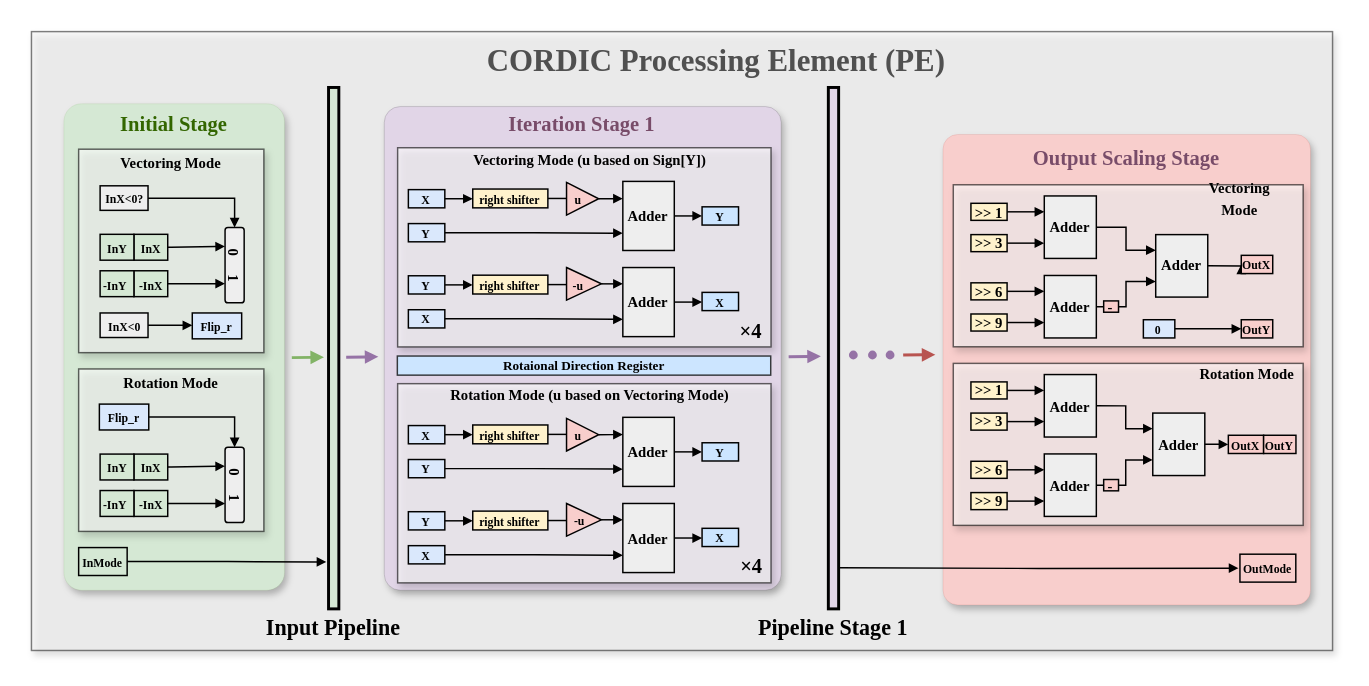
Earlier version of the draw.io diagram report/Figure/CORDIC_PE.drawio (akira2963753/Eigen-Value-Decomposition). Source tidied: cells renumbered, new cells numbered last; positions are measured from the earlier drawing's top-left corner, leaving out a move shared by most shapes. Both pictures are drawn from the tidied source at 147%, with x=0, y=0 at pixel (31, 31).
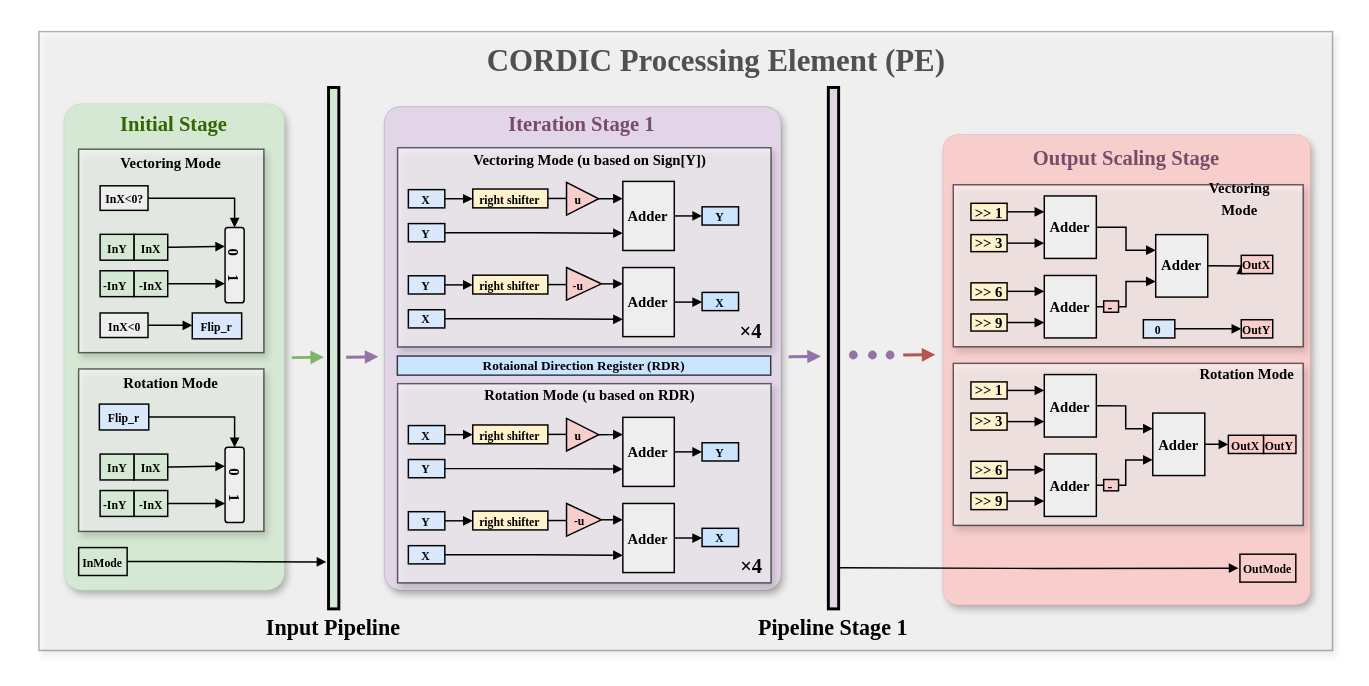
The same diagram, later.

The edit, as a diff of the source:
```diff
@@
-    <mxCell id="2" style="rounded=0;whiteSpace=wrap;html=1;fillColor=#f5f5f5;fontColor=#333333;strokeColor=default;opacity=50;glass=0;shadow=1;" parent="1" vertex="1">
-      <mxGeometry x="-0.1" width="885.1" height="421" as="geometry" />
+    <mxCell id="2" style="rounded=0;whiteSpace=wrap;html=1;fillColor=#f5f5f5;fontColor=#333333;strokeColor=default;opacity=30;glass=0;shadow=1;" parent="1" vertex="1">
+      <mxGeometry x="5" width="880" height="421" as="geometry" />
     </mxCell>
@@
-    <mxCell id="58" value="&lt;font style=&quot;font-size: 10px; color: rgb(0, 0, 0);&quot;&gt;Rotation Mode (u based on Vectoring Mode)&lt;/font&gt;" style="text;html=1;whiteSpace=wrap;strokeColor=none;fillColor=none;align=center;verticalAlign=middle;rounded=0;fontFamily=Garamond;fontStyle=1;" parent="1" vertex="1">
+    <mxCell id="58" value="&lt;font style=&quot;font-size: 10px; color: rgb(0, 0, 0);&quot;&gt;Rotation Mode (u based on RDR)&lt;/font&gt;" style="text;html=1;whiteSpace=wrap;strokeColor=none;fillColor=none;align=center;verticalAlign=middle;rounded=0;fontFamily=Garamond;fontStyle=1;" parent="1" vertex="1">
       <mxGeometry x="281.1" y="239.5" width="197.8" height="15.1" as="geometry" />
     </mxCell>
@@
-    <mxCell id="137" value="&lt;font style=&quot;font-size: 9px;&quot;&gt;Rotaional Direction Register&lt;/font&gt;" style="rounded=0;whiteSpace=wrap;html=1;fillColor=#cce5ff;strokeColor=#36393d;strokeWidth=1;align=center;fontFamily=Garamond;fontStyle=1;glass=0;shadow=0;" parent="1" vertex="1">
+    <mxCell id="137" value="&lt;font style=&quot;font-size: 9px;&quot;&gt;Rotaional Direction Register (RDR)&lt;/font&gt;" style="rounded=0;whiteSpace=wrap;html=1;fillColor=#cce5ff;strokeColor=#36393d;strokeWidth=1;align=center;fontFamily=Garamond;fontStyle=1;glass=0;shadow=0;" parent="1" vertex="1">
       <mxGeometry x="248.8" y="220.7" width="254" height="13" as="geometry" />
     </mxCell>
```
